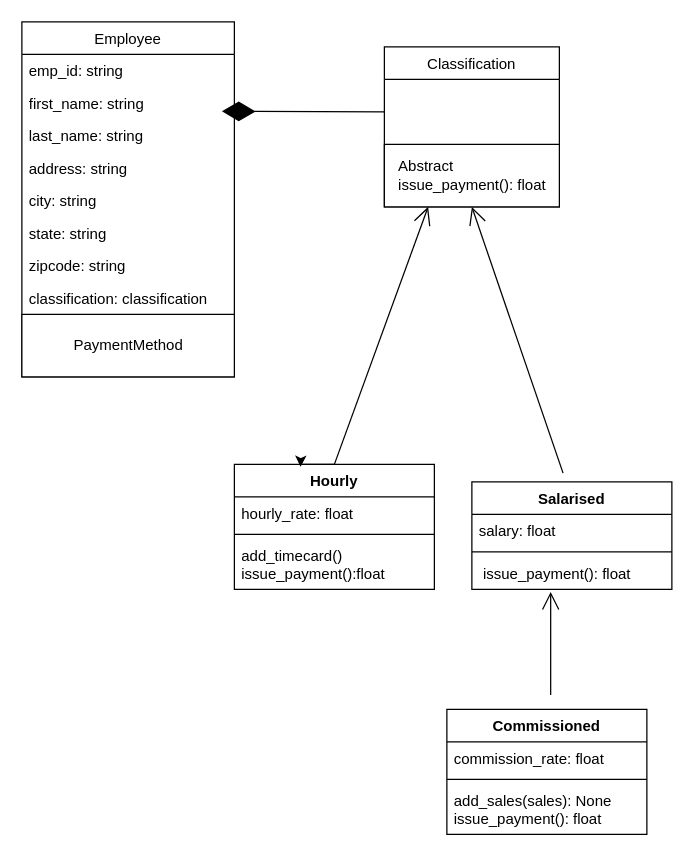
Before: Project5.drawio in ParkerThurston/CS1410, a draw.io diagram. Source tidied: cells renumbered, new cells numbered last; positions are measured from the earlier drawing's top-left corner, leaving out a move shared by most shapes. Both pictures are drawn from the tidied source at 125%, with x=0, y=0 at pixel (21, 21).
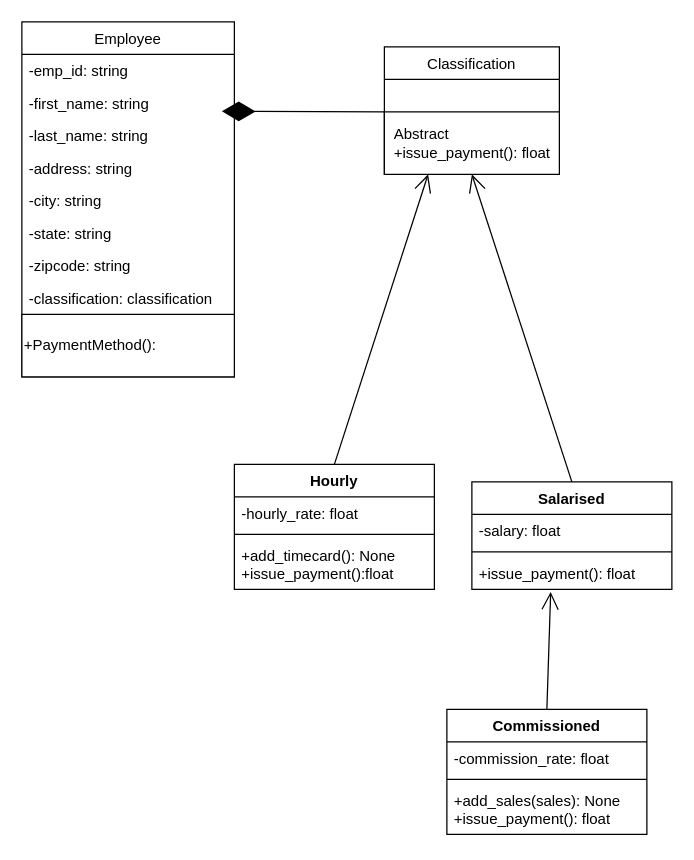
The same page after the edit.

Unchanged cells that the change refers to:
```xml
<mxCell id="2" value="Employee" style="swimlane;fontStyle=0;horizontal=1;startSize=26;fillColor=none;" parent="1" vertex="1">
  <mxGeometry width="170" height="284" as="geometry" />
</mxCell>
<mxCell id="17" value="Hourly" style="swimlane;fontStyle=1;align=center;verticalAlign=top;horizontal=1;startSize=26;" parent="1" vertex="1">
  <mxGeometry x="170" y="354" width="160" height="100" as="geometry" />
</mxCell>
<mxCell id="22" value="Salarised" style="swimlane;fontStyle=1;align=center;verticalAlign=top;horizontal=1;startSize=26;" parent="1" vertex="1">
  <mxGeometry x="360" y="368" width="160" height="86" as="geometry" />
</mxCell>
<mxCell id="28" value="Commissioned" style="swimlane;fontStyle=1;align=center;verticalAlign=top;horizontal=1;startSize=26;" parent="1" vertex="1">
  <mxGeometry x="340" y="550" width="160" height="100" as="geometry" />
</mxCell>
```

The edit, as a diff of the source:
```diff
@@
-    <mxCell id="3" value="emp_id: string" style="text;strokeColor=none;fillColor=none;align=left;verticalAlign=top;spacingLeft=4;spacingRight=4;overflow=hidden;" parent="2" vertex="1">
+    <mxCell id="3" value="-emp_id: string" style="text;strokeColor=none;fillColor=none;align=left;verticalAlign=top;spacingLeft=4;spacingRight=4;overflow=hidden;" parent="2" vertex="1">
       <mxGeometry y="26" width="170" height="26" as="geometry" />
     </mxCell>
-    <mxCell id="4" value="first_name: string" style="text;strokeColor=none;fillColor=none;align=left;verticalAlign=top;spacingLeft=4;spacingRight=4;overflow=hidden;" parent="2" vertex="1">
+    <mxCell id="4" value="-first_name: string" style="text;strokeColor=none;fillColor=none;align=left;verticalAlign=top;spacingLeft=4;spacingRight=4;overflow=hidden;" parent="2" vertex="1">
       <mxGeometry y="52" width="170" height="26" as="geometry" />
     </mxCell>
-    <mxCell id="5" value="last_name: string" style="text;strokeColor=none;fillColor=none;align=left;verticalAlign=top;spacingLeft=4;spacingRight=4;overflow=hidden;" parent="2" vertex="1">
+    <mxCell id="5" value="-last_name: string" style="text;strokeColor=none;fillColor=none;align=left;verticalAlign=top;spacingLeft=4;spacingRight=4;overflow=hidden;" parent="2" vertex="1">
       <mxGeometry y="78" width="170" height="26" as="geometry" />
     </mxCell>
-    <mxCell id="6" value="address: string" style="text;strokeColor=none;fillColor=none;align=left;verticalAlign=top;spacingLeft=4;spacingRight=4;overflow=hidden;" parent="2" vertex="1">
+    <mxCell id="6" value="-address: string" style="text;strokeColor=none;fillColor=none;align=left;verticalAlign=top;spacingLeft=4;spacingRight=4;overflow=hidden;" parent="2" vertex="1">
       <mxGeometry y="104" width="170" height="26" as="geometry" />
     </mxCell>
-    <mxCell id="7" value="city: string" style="text;strokeColor=none;fillColor=none;align=left;verticalAlign=top;spacingLeft=4;spacingRight=4;overflow=hidden;" parent="2" vertex="1">
+    <mxCell id="7" value="-city: string" style="text;strokeColor=none;fillColor=none;align=left;verticalAlign=top;spacingLeft=4;spacingRight=4;overflow=hidden;" parent="2" vertex="1">
       <mxGeometry y="130" width="170" height="26" as="geometry" />
     </mxCell>
-    <mxCell id="8" value="state: string" style="text;strokeColor=none;fillColor=none;align=left;verticalAlign=top;spacingLeft=4;spacingRight=4;overflow=hidden;" parent="2" vertex="1">
+    <mxCell id="8" value="-state: string" style="text;strokeColor=none;fillColor=none;align=left;verticalAlign=top;spacingLeft=4;spacingRight=4;overflow=hidden;" parent="2" vertex="1">
       <mxGeometry y="156" width="170" height="26" as="geometry" />
     </mxCell>
-    <mxCell id="9" value="zipcode: string" style="text;strokeColor=none;fillColor=none;align=left;verticalAlign=top;spacingLeft=4;spacingRight=4;overflow=hidden;" parent="2" vertex="1">
+    <mxCell id="9" value="-zipcode: string" style="text;strokeColor=none;fillColor=none;align=left;verticalAlign=top;spacingLeft=4;spacingRight=4;overflow=hidden;" parent="2" vertex="1">
       <mxGeometry y="182" width="170" height="26" as="geometry" />
     </mxCell>
-    <mxCell id="10" value="classification: classification" style="text;strokeColor=none;fillColor=none;align=left;verticalAlign=top;spacingLeft=4;spacingRight=4;overflow=hidden;" parent="2" vertex="1">
+    <mxCell id="10" value="-classification: classification" style="text;strokeColor=none;fillColor=none;align=left;verticalAlign=top;spacingLeft=4;spacingRight=4;overflow=hidden;" parent="2" vertex="1">
       <mxGeometry y="208" width="170" height="26" as="geometry" />
     </mxCell>
-    <mxCell id="11" value="PaymentMethod" style="html=1;" parent="2" vertex="1">
+    <mxCell id="11" value="&lt;div align=&quot;left&quot;&gt;+PaymentMethod():&lt;/div&gt;" style="html=1;align=left;" parent="2" vertex="1">
       <mxGeometry y="234" width="170" height="50" as="geometry" />
     </mxCell>
@@
     <mxCell id="13" value="Classification" style="swimlane;fontStyle=0;horizontal=1;startSize=26;fillColor=none;" parent="1" vertex="1">
-      <mxGeometry x="290" y="20" width="140" height="128" as="geometry" />
+      <mxGeometry x="290" y="20" width="140" height="102" as="geometry" />
     </mxCell>
@@
-    <mxCell id="15" value=" " style="text;strokeColor=none;fillColor=none;align=left;verticalAlign=top;spacingLeft=4;spacingRight=4;overflow=hidden;" parent="13" vertex="1">
-      <mxGeometry y="52" width="140" height="26" as="geometry" />
-    </mxCell>
-    <mxCell id="16" value="&lt;div align=&quot;left&quot;&gt;Abstract&lt;br&gt;&lt;/div&gt;&lt;div align=&quot;left&quot;&gt;issue_payment(): float&lt;/div&gt;" style="html=1;" parent="13" vertex="1">
-      <mxGeometry y="78" width="140" height="50" as="geometry" />
+    <mxCell id="16" value="&lt;div align=&quot;left&quot;&gt;Abstract&lt;br&gt;&lt;/div&gt;&lt;div align=&quot;left&quot;&gt;+issue_payment(): float&lt;/div&gt;" style="html=1;" parent="13" vertex="1">
+      <mxGeometry y="52" width="140" height="50" as="geometry" />
     </mxCell>
@@
-    <mxCell id="18" value="hourly_rate: float" style="text;strokeColor=none;fillColor=none;align=left;verticalAlign=top;spacingLeft=4;spacingRight=4;overflow=hidden;" parent="17" vertex="1">
+    <mxCell id="18" value="-hourly_rate: float" style="text;strokeColor=none;fillColor=none;align=left;verticalAlign=top;spacingLeft=4;spacingRight=4;overflow=hidden;" parent="17" vertex="1">
       <mxGeometry y="26" width="160" height="26" as="geometry" />
     </mxCell>
@@
-    <mxCell id="20" value="add_timecard()&#10;issue_payment():float&#10;" style="text;strokeColor=none;fillColor=none;align=left;verticalAlign=top;spacingLeft=4;spacingRight=4;overflow=hidden;" parent="17" vertex="1">
+    <mxCell id="20" value="+add_timecard(): None&#10;+issue_payment():float&#10;" style="text;strokeColor=none;fillColor=none;align=left;verticalAlign=top;spacingLeft=4;spacingRight=4;overflow=hidden;" parent="17" vertex="1">
       <mxGeometry y="60" width="160" height="40" as="geometry" />
     </mxCell>
@@
-    <mxCell id="23" value="salary: float" style="text;strokeColor=none;fillColor=none;align=left;verticalAlign=top;spacingLeft=4;spacingRight=4;overflow=hidden;" parent="22" vertex="1">
+    <mxCell id="23" value="-salary: float" style="text;strokeColor=none;fillColor=none;align=left;verticalAlign=top;spacingLeft=4;spacingRight=4;overflow=hidden;" parent="22" vertex="1">
       <mxGeometry y="26" width="160" height="26" as="geometry" />
     </mxCell>
@@
-    <mxCell id="25" value=" issue_payment(): float" style="text;strokeColor=none;fillColor=none;align=left;verticalAlign=top;spacingLeft=4;spacingRight=4;overflow=hidden;points=[[0,0.5],[1,0.5]];portConstraint=eastwest;" parent="22" vertex="1">
+    <mxCell id="25" value="+issue_payment(): float" style="text;strokeColor=none;fillColor=none;align=left;verticalAlign=top;spacingLeft=4;spacingRight=4;overflow=hidden;points=[[0,0.5],[1,0.5]];portConstraint=eastwest;" parent="22" vertex="1">
       <mxGeometry y="60" width="160" height="26" as="geometry" />
     </mxCell>
-    <mxCell id="26" style="endArrow=open;endFill=1;endSize=12;html=1;entryX=0.5;entryY=1;entryDx=0;entryDy=0;exitX=0.456;exitY=-0.081;exitDx=0;exitDy=0;exitPerimeter=0;" parent="1" edge="1" source="22" target="13">
+    <mxCell id="26" style="endArrow=open;endFill=1;endSize=12;html=1;entryX=0.5;entryY=1;entryDx=0;entryDy=0;exitX=0.5;exitY=0;exitDx=0;exitDy=0;" parent="1" edge="1" source="22" target="13">
       <mxGeometry relative="1" as="geometry" />
     </mxCell>
-    <mxCell id="27" style="endArrow=open;endFill=1;endSize=12;html=1;entryX=0.394;entryY=1.077;entryDx=0;entryDy=0;entryPerimeter=0;exitX=0.519;exitY=-0.116;exitDx=0;exitDy=0;exitPerimeter=0;" parent="1" edge="1" source="28" target="25">
+    <mxCell id="27" style="endArrow=open;endFill=1;endSize=12;html=1;entryX=0.394;entryY=1.077;entryDx=0;entryDy=0;entryPerimeter=0;exitX=0.5;exitY=0;exitDx=0;exitDy=0;" parent="1" edge="1" source="28" target="25">
       <mxGeometry relative="1" as="geometry" />
     </mxCell>
@@
-    <mxCell id="29" value="commission_rate: float" style="text;strokeColor=none;fillColor=none;align=left;verticalAlign=top;spacingLeft=4;spacingRight=4;overflow=hidden;" parent="28" vertex="1">
+    <mxCell id="29" value="-commission_rate: float" style="text;strokeColor=none;fillColor=none;align=left;verticalAlign=top;spacingLeft=4;spacingRight=4;overflow=hidden;" parent="28" vertex="1">
       <mxGeometry y="26" width="160" height="26" as="geometry" />
     </mxCell>
@@
-    <mxCell id="31" value="add_sales(sales): None&#10;issue_payment(): float&#10;" style="text;strokeColor=none;fillColor=none;align=left;verticalAlign=top;spacingLeft=4;spacingRight=4;overflow=hidden;" parent="28" vertex="1">
+    <mxCell id="31" value="+add_sales(sales): None&#10;+issue_payment(): float&#10;" style="text;strokeColor=none;fillColor=none;align=left;verticalAlign=top;spacingLeft=4;spacingRight=4;overflow=hidden;" parent="28" vertex="1">
       <mxGeometry y="60" width="160" height="40" as="geometry" />
     </mxCell>
-    <mxCell id="32" style="edgeStyle=orthogonalEdgeStyle;rounded=0;orthogonalLoop=1;jettySize=auto;html=1;exitX=0.5;exitY=0;exitDx=0;exitDy=0;entryX=0.331;entryY=0.02;entryDx=0;entryDy=0;entryPerimeter=0;" parent="1" edge="1" source="17" target="17">
-      <mxGeometry relative="1" as="geometry" />
-    </mxCell>
```
